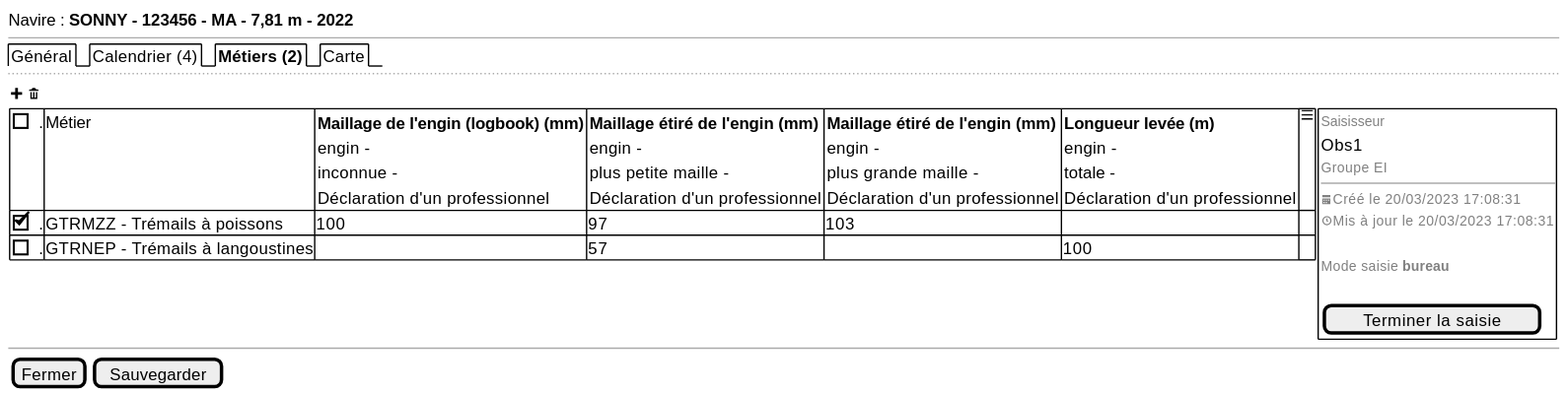
sumaris-net/sumaris-doc keeps this PlantUML diagram as projects/activity-calendar/spe/images/activity-calendar-metiers.svg. Above is the earlier version.
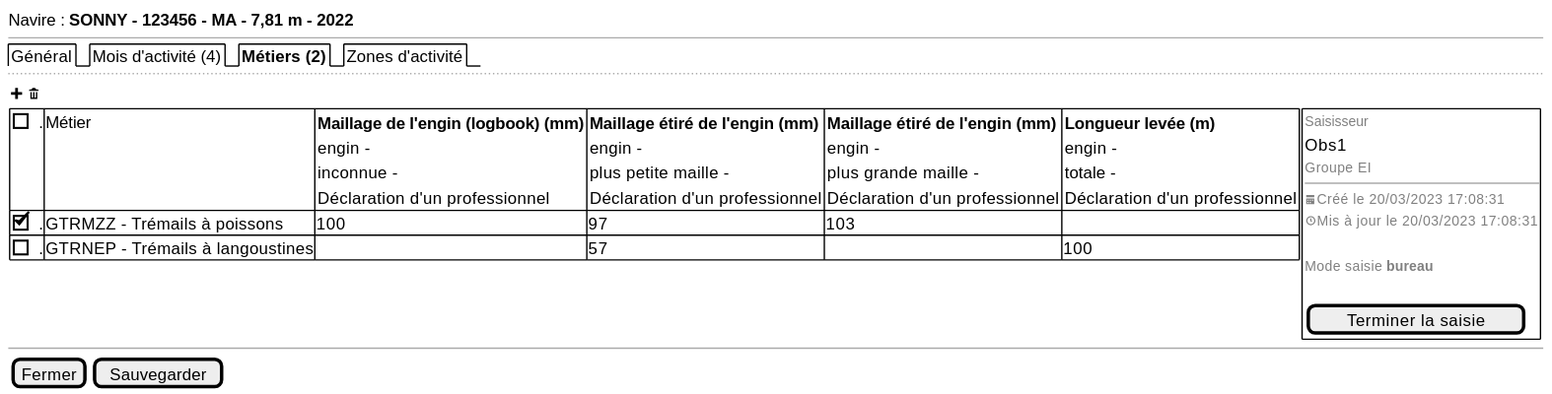
After the commit.

Commit message:
MAJ pmfm métiers

What changed in the source:
```diff
@@ -2,7 +2,7 @@
 {
   Navire : <b>SONNY - 123456 - MA - 7,81 m - 2022
   --
-  {/ Général | Calendrier (4) | <b>Métiers (2) | Carte}
+  {/ Général | Mois d'activité (4) | <b>Métiers (2) | Zones d'activité}
   ..
   { <&plus> <&trash> }
   {
@@ -21,9 +21,9 @@
               {<b>Longueur levée (m)
                 engin -
                 totale -
-                Déclaration d'un professionnel} | <&menu>
-     [X]. | GTRMZZ - Trémails à poissons | 100 | 97 | 103 | . | .
-     [ ]. | GTRNEP - Trémails à langoustines | . | 57 | . | 100 | .
+                Déclaration d'un professionnel}
+     [X]. | GTRMZZ - Trémails à poissons | 100 | 97 | 103 | .
+     [ ]. | GTRNEP - Trémails à langoustines | . | 57 | . | 100
   } | {+
               { <font color=grey size=10>Saisisseur
               Obs1
```
